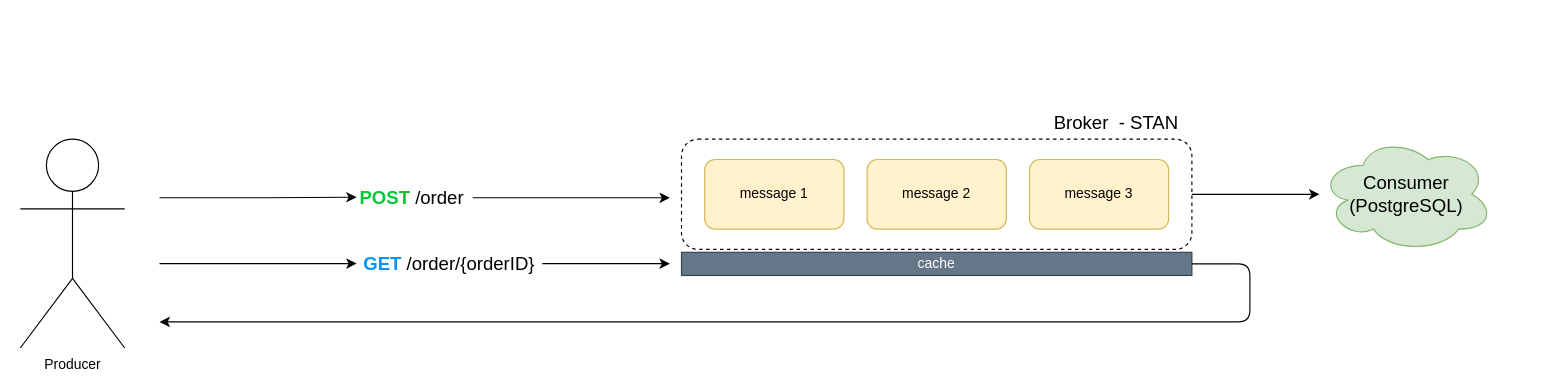
This is docs/schema.drawio from sonochiwa/wb-level-0, a draw.io file, before an edit. Source tidied: cells renumbered, new cells numbered last; positions are measured from the earlier drawing's top-left corner, leaving out a move shared by most shapes. Both pictures are drawn from the tidied source at 116%, with x=0, y=0 at pixel (20, 103).
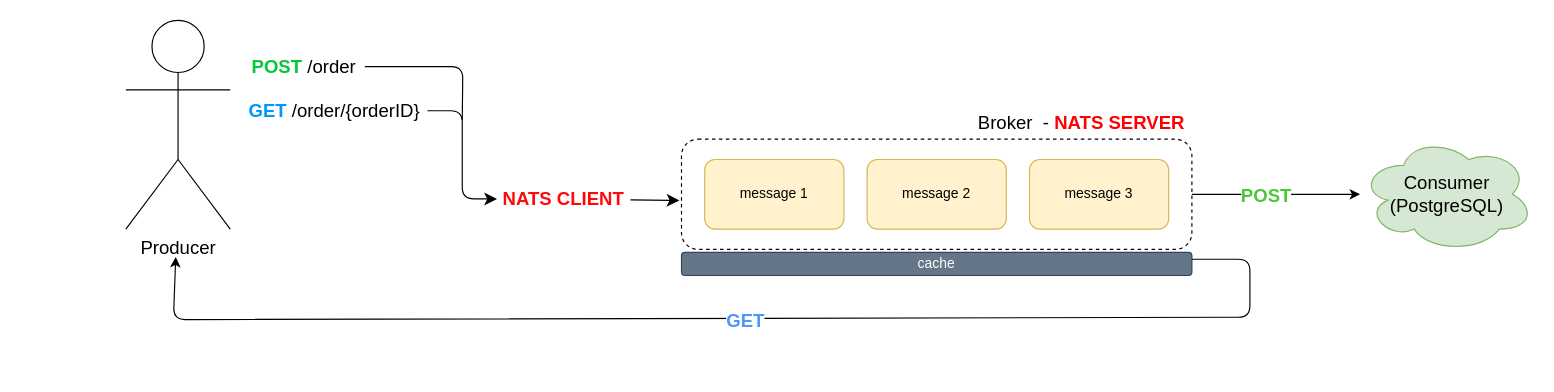
After the change.

Unchanged cells that the change refers to:
```xml
<mxCell id="11" style="rounded=1;whiteSpace=wrap;html=1;glass=0;fillColor=none;dashed=1;" parent="1" vertex="1">
  <mxGeometry x="570" y="30.5" width="440" height="95" as="geometry" />
</mxCell>
```

Diff of the diagram source:
```diff
@@
-    <mxCell id="2" style="edgeStyle=orthogonalEdgeStyle;rounded=0;jettySize=auto;html=1;entryX=0;entryY=0.5;entryDx=0;entryDy=0;" parent="1" edge="1" target="3">
-      <mxGeometry relative="1" as="geometry">
-        <mxPoint x="120" y="81" as="sourcePoint" />
-        <Array as="points">
-          <mxPoint x="210" y="80.5" />
-          <mxPoint x="210" y="80.5" />
-        </Array>
-      </mxGeometry>
-    </mxCell>
-    <mxCell id="3" value="&lt;font style=&quot;font-size: 16px;&quot;&gt;&lt;font style=&quot;font-weight: bold; font-size: 16px;&quot; color=&quot;#02c937&quot;&gt;POST&amp;nbsp;&lt;/font&gt;/order&amp;nbsp;&lt;/font&gt;" style="text;html=1;strokeColor=none;fillColor=none;align=center;verticalAlign=middle;whiteSpace=wrap;rounded=0;" parent="1" vertex="1">
-      <mxGeometry x="290" y="65.5" width="100" height="30" as="geometry" />
-    </mxCell>
-    <mxCell id="4" style="edgeStyle=orthogonalEdgeStyle;rounded=0;orthogonalLoop=1;jettySize=auto;html=1;" parent="1" edge="1">
-      <mxGeometry relative="1" as="geometry">
-        <mxPoint x="450" y="137.8" as="sourcePoint" />
-        <mxPoint x="560" y="137.8" as="targetPoint" />
-        <Array as="points">
-          <mxPoint x="550" y="137.8" />
-          <mxPoint x="550" y="137.8" />
-        </Array>
-      </mxGeometry>
-    </mxCell>
+    <mxCell id="18" style="edgeStyle=orthogonalEdgeStyle;rounded=1;jettySize=auto;html=1;exitX=1;exitY=0.5;exitDx=0;exitDy=0;entryX=0;entryY=0.5;entryDx=0;entryDy=0;fontSize=12;startSize=8;endSize=8;" parent="1" edge="1" source="5" target="21">
+      <mxGeometry relative="1" as="geometry" />
+    </mxCell>
     <mxCell id="5" value="&lt;font style=&quot;font-size: 16px;&quot;&gt;&lt;font color=&quot;#0097fc&quot; style=&quot;font-weight: bold; font-size: 16px;&quot;&gt;GET&lt;/font&gt;&lt;font style=&quot;font-weight: bold; font-size: 16px;&quot; color=&quot;#02c937&quot;&gt;&amp;nbsp;&lt;/font&gt;/order/{orderID}&lt;/font&gt;" style="text;html=1;strokeColor=none;fillColor=none;align=center;verticalAlign=middle;whiteSpace=wrap;rounded=0;" parent="1" vertex="1">
-      <mxGeometry x="290" y="123" width="160" height="30" as="geometry" />
+      <mxGeometry x="191" y="-9" width="160" height="30" as="geometry" />
     </mxCell>
@@
-    <mxCell id="9" value="&lt;font style=&quot;font-size: 16px;&quot;&gt;Broker&amp;nbsp; - STAN&lt;/font&gt;" style="text;strokeColor=none;fillColor=none;align=center;verticalAlign=middle;spacingLeft=4;spacingRight=4;overflow=hidden;whiteSpace=wrap;html=1;" parent="1" vertex="1">
-      <mxGeometry x="880" y="0.5" width="130" height="30" as="geometry" />
+    <mxCell id="9" value="&lt;font style=&quot;font-size: 16px;&quot;&gt;Broker&amp;nbsp; - &lt;b&gt;&lt;font color=&quot;#ff0000&quot;&gt;NATS SERVER&lt;/font&gt;&lt;/b&gt;&lt;/font&gt;" style="text;strokeColor=none;fillColor=none;align=center;verticalAlign=middle;spacingLeft=4;spacingRight=4;overflow=hidden;whiteSpace=wrap;html=1;" parent="1" vertex="1">
+      <mxGeometry x="820" y="0.5" width="190" height="30" as="geometry" />
     </mxCell>
-    <mxCell id="10" style="edgeStyle=orthogonalEdgeStyle;rounded=0;jettySize=auto;html=1;" parent="1" edge="1" source="11" target="12">
+    <mxCell id="10" style="edgeStyle=orthogonalEdgeStyle;rounded=0;jettySize=auto;html=1;jumpSize=25;startSize=9;" parent="1" edge="1" source="11" target="12">
       <mxGeometry relative="1" as="geometry" />
     </mxCell>
+    <mxCell id="19" value="POST" style="edgeLabel;html=1;align=center;verticalAlign=middle;fontSize=16;fontStyle=1;fontColor=#4ac936;" parent="10" vertex="1">
+      <mxGeometry x="-0.28" y="-1" relative="1" as="geometry">
+        <mxPoint x="11" y="-1" as="offset" />
+      </mxGeometry>
+    </mxCell>
@@
     <mxCell id="12" value="&lt;font style=&quot;font-size: 16px;&quot;&gt;Consumer&lt;br&gt;(PostgreSQL)&lt;/font&gt;" style="ellipse;shape=cloud;whiteSpace=wrap;html=1;fillColor=#d5e8d4;strokeColor=#82b366;" parent="1" vertex="1">
-      <mxGeometry x="1120" y="28" width="150" height="100" as="geometry" />
+      <mxGeometry x="1155" y="28" width="150" height="100" as="geometry" />
     </mxCell>
-    <mxCell id="13" value="Producer" style="shape=umlActor;verticalLabelPosition=bottom;verticalAlign=top;html=1;" parent="1" vertex="1">
-      <mxGeometry y="30.5" width="90" height="180" as="geometry" />
+    <mxCell id="13" value="&lt;font style=&quot;font-size: 16px;&quot;&gt;Producer&lt;/font&gt;" style="shape=umlActor;verticalLabelPosition=bottom;verticalAlign=top;html=1;" parent="1" vertex="1">
+      <mxGeometry x="91" y="-72" width="90" height="180" as="geometry" />
     </mxCell>
-    <mxCell id="14" style="edgeStyle=orthogonalEdgeStyle;rounded=0;orthogonalLoop=1;jettySize=auto;html=1;" parent="1" edge="1">
-      <mxGeometry relative="1" as="geometry">
-        <mxPoint x="390" y="81" as="sourcePoint" />
-        <mxPoint x="560" y="81" as="targetPoint" />
-      </mxGeometry>
-    </mxCell>
-    <mxCell id="15" style="edgeStyle=orthogonalEdgeStyle;rounded=0;orthogonalLoop=1;jettySize=auto;html=1;entryX=0;entryY=0.5;entryDx=0;entryDy=0;" parent="1" edge="1">
-      <mxGeometry relative="1" as="geometry">
-        <mxPoint x="120" y="137.7" as="sourcePoint" />
-        <mxPoint x="290" y="137.7" as="targetPoint" />
-        <Array as="points">
-          <mxPoint x="210" y="137.2" />
-          <mxPoint x="210" y="137.2" />
-        </Array>
-      </mxGeometry>
-    </mxCell>
-    <mxCell id="16" value="cache" style="rounded=0;whiteSpace=wrap;html=1;fillColor=#647687;fontColor=#ffffff;strokeColor=#314354;" parent="1" vertex="1">
+    <mxCell id="16" value="cache" style="rounded=1;whiteSpace=wrap;html=1;fillColor=#647687;fontColor=#ffffff;strokeColor=#314354;" parent="1" vertex="1">
       <mxGeometry x="570" y="128" width="440" height="20" as="geometry" />
     </mxCell>
     <mxCell id="17" style="endArrow=classic;html=1;rounded=1;exitX=1;exitY=0.5;exitDx=0;exitDy=0;" parent="1" edge="1">
       <mxGeometry relative="1" as="geometry">
-        <mxPoint x="1010" y="138" as="sourcePoint" />
-        <mxPoint x="120" y="188" as="targetPoint" />
+        <mxPoint x="1010" y="134" as="sourcePoint" />
+        <mxPoint x="134" y="132" as="targetPoint" />
         <Array as="points">
-          <mxPoint x="1060" y="138" />
-          <mxPoint x="1060" y="188" />
+          <mxPoint x="1060" y="134" />
+          <mxPoint x="1060" y="184" />
+          <mxPoint x="132" y="186" />
         </Array>
       </mxGeometry>
     </mxCell>
+    <mxCell id="20" value="GET" style="edgeLabel;html=1;align=center;verticalAlign=middle;fontSize=16;fontStyle=1;fontColor=#4e97fc;" parent="17" vertex="1">
+      <mxGeometry x="-0.01" y="2" relative="1" as="geometry" />
+    </mxCell>
+    <mxCell id="21" value="&lt;span style=&quot;font-size: 16px;&quot;&gt;&lt;b style=&quot;&quot;&gt;&lt;font color=&quot;#ff0a0a&quot;&gt;NATS CLIENT&lt;/font&gt;&lt;/b&gt;&lt;/span&gt;" style="text;html=1;strokeColor=none;fillColor=none;align=center;verticalAlign=middle;whiteSpace=wrap;rounded=0;" parent="1" vertex="1">
+      <mxGeometry x="411" y="67" width="115" height="30" as="geometry" />
+    </mxCell>
+    <mxCell id="3" value="&lt;font style=&quot;font-size: 16px;&quot;&gt;&lt;font style=&quot;font-weight: bold; font-size: 16px;&quot; color=&quot;#02c937&quot;&gt;POST&amp;nbsp;&lt;/font&gt;/order&amp;nbsp;&lt;/font&gt;" style="text;html=1;strokeColor=none;fillColor=none;align=center;verticalAlign=middle;whiteSpace=wrap;rounded=0;" parent="1" vertex="1">
+      <mxGeometry x="197" y="-47" width="100" height="30" as="geometry" />
+    </mxCell>
+    <mxCell id="22" style="edgeStyle=none;curved=1;rounded=0;jettySize=auto;html=1;entryX=-0.004;entryY=0.556;entryDx=0;entryDy=0;entryPerimeter=0;fontSize=12;startSize=8;endSize=8;" parent="1" edge="1" source="21" target="11">
+      <mxGeometry relative="1" as="geometry" />
+    </mxCell>
+    <mxCell id="23" style="endArrow=none;html=1;rounded=1;fontSize=12;startSize=8;endSize=8;exitX=1;exitY=0.5;exitDx=0;exitDy=0;edgeStyle=orthogonalEdgeStyle;endFill=0;" parent="1" edge="1" source="3">
+      <mxGeometry relative="1" as="geometry">
+        <mxPoint x="381" y="14" as="targetPoint" />
+      </mxGeometry>
+    </mxCell>
```
